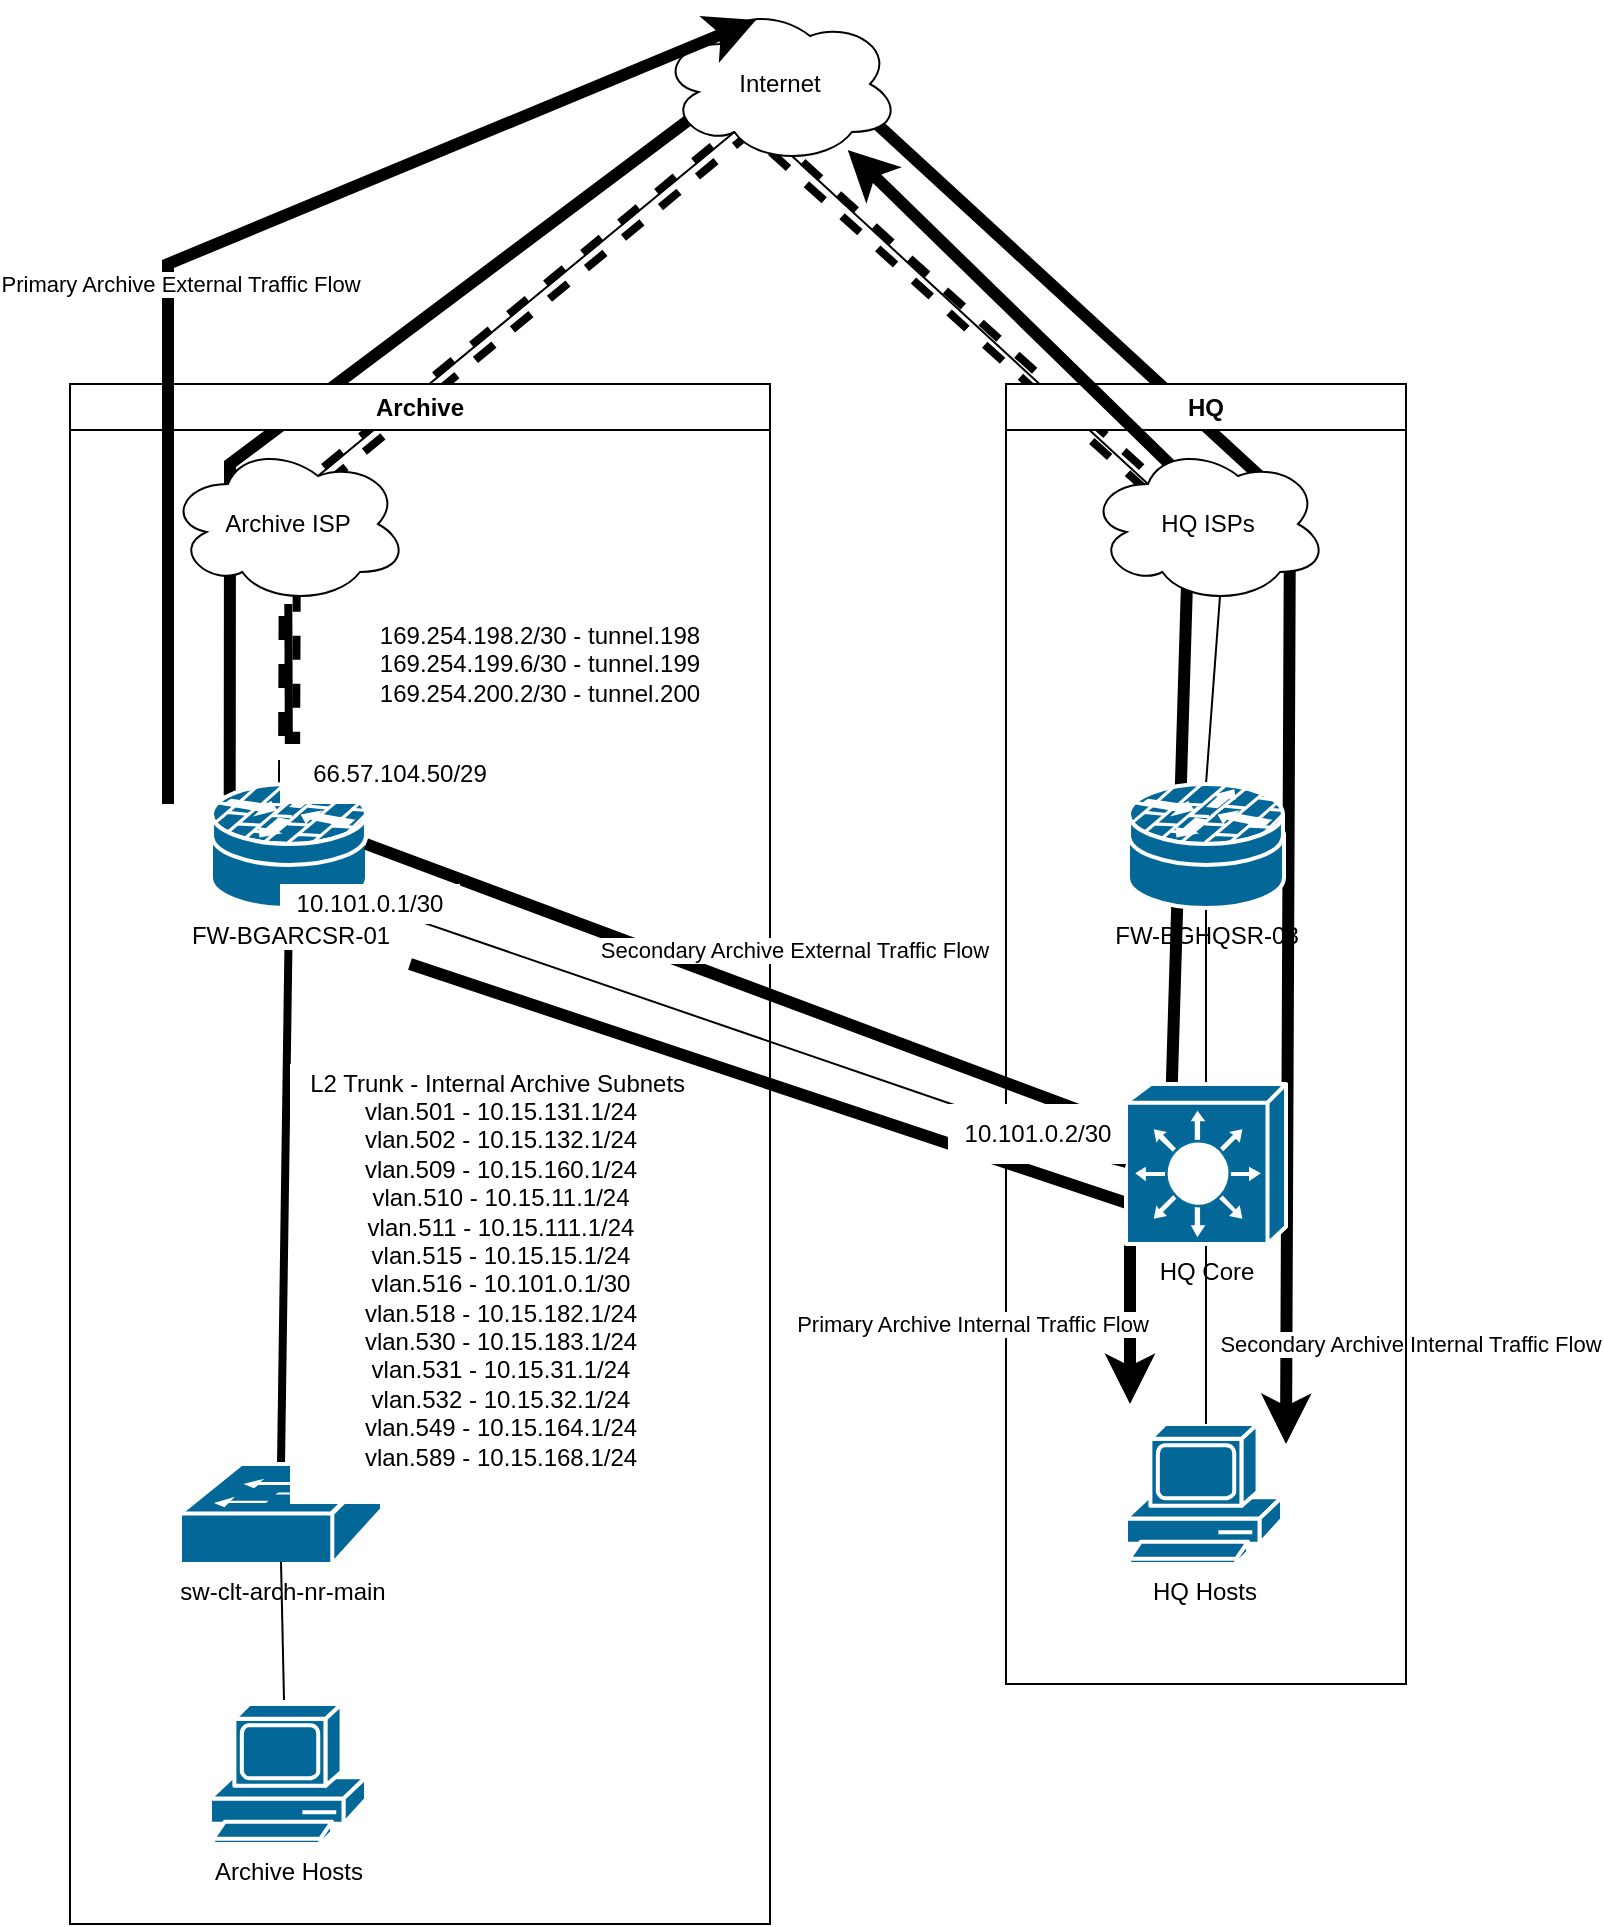
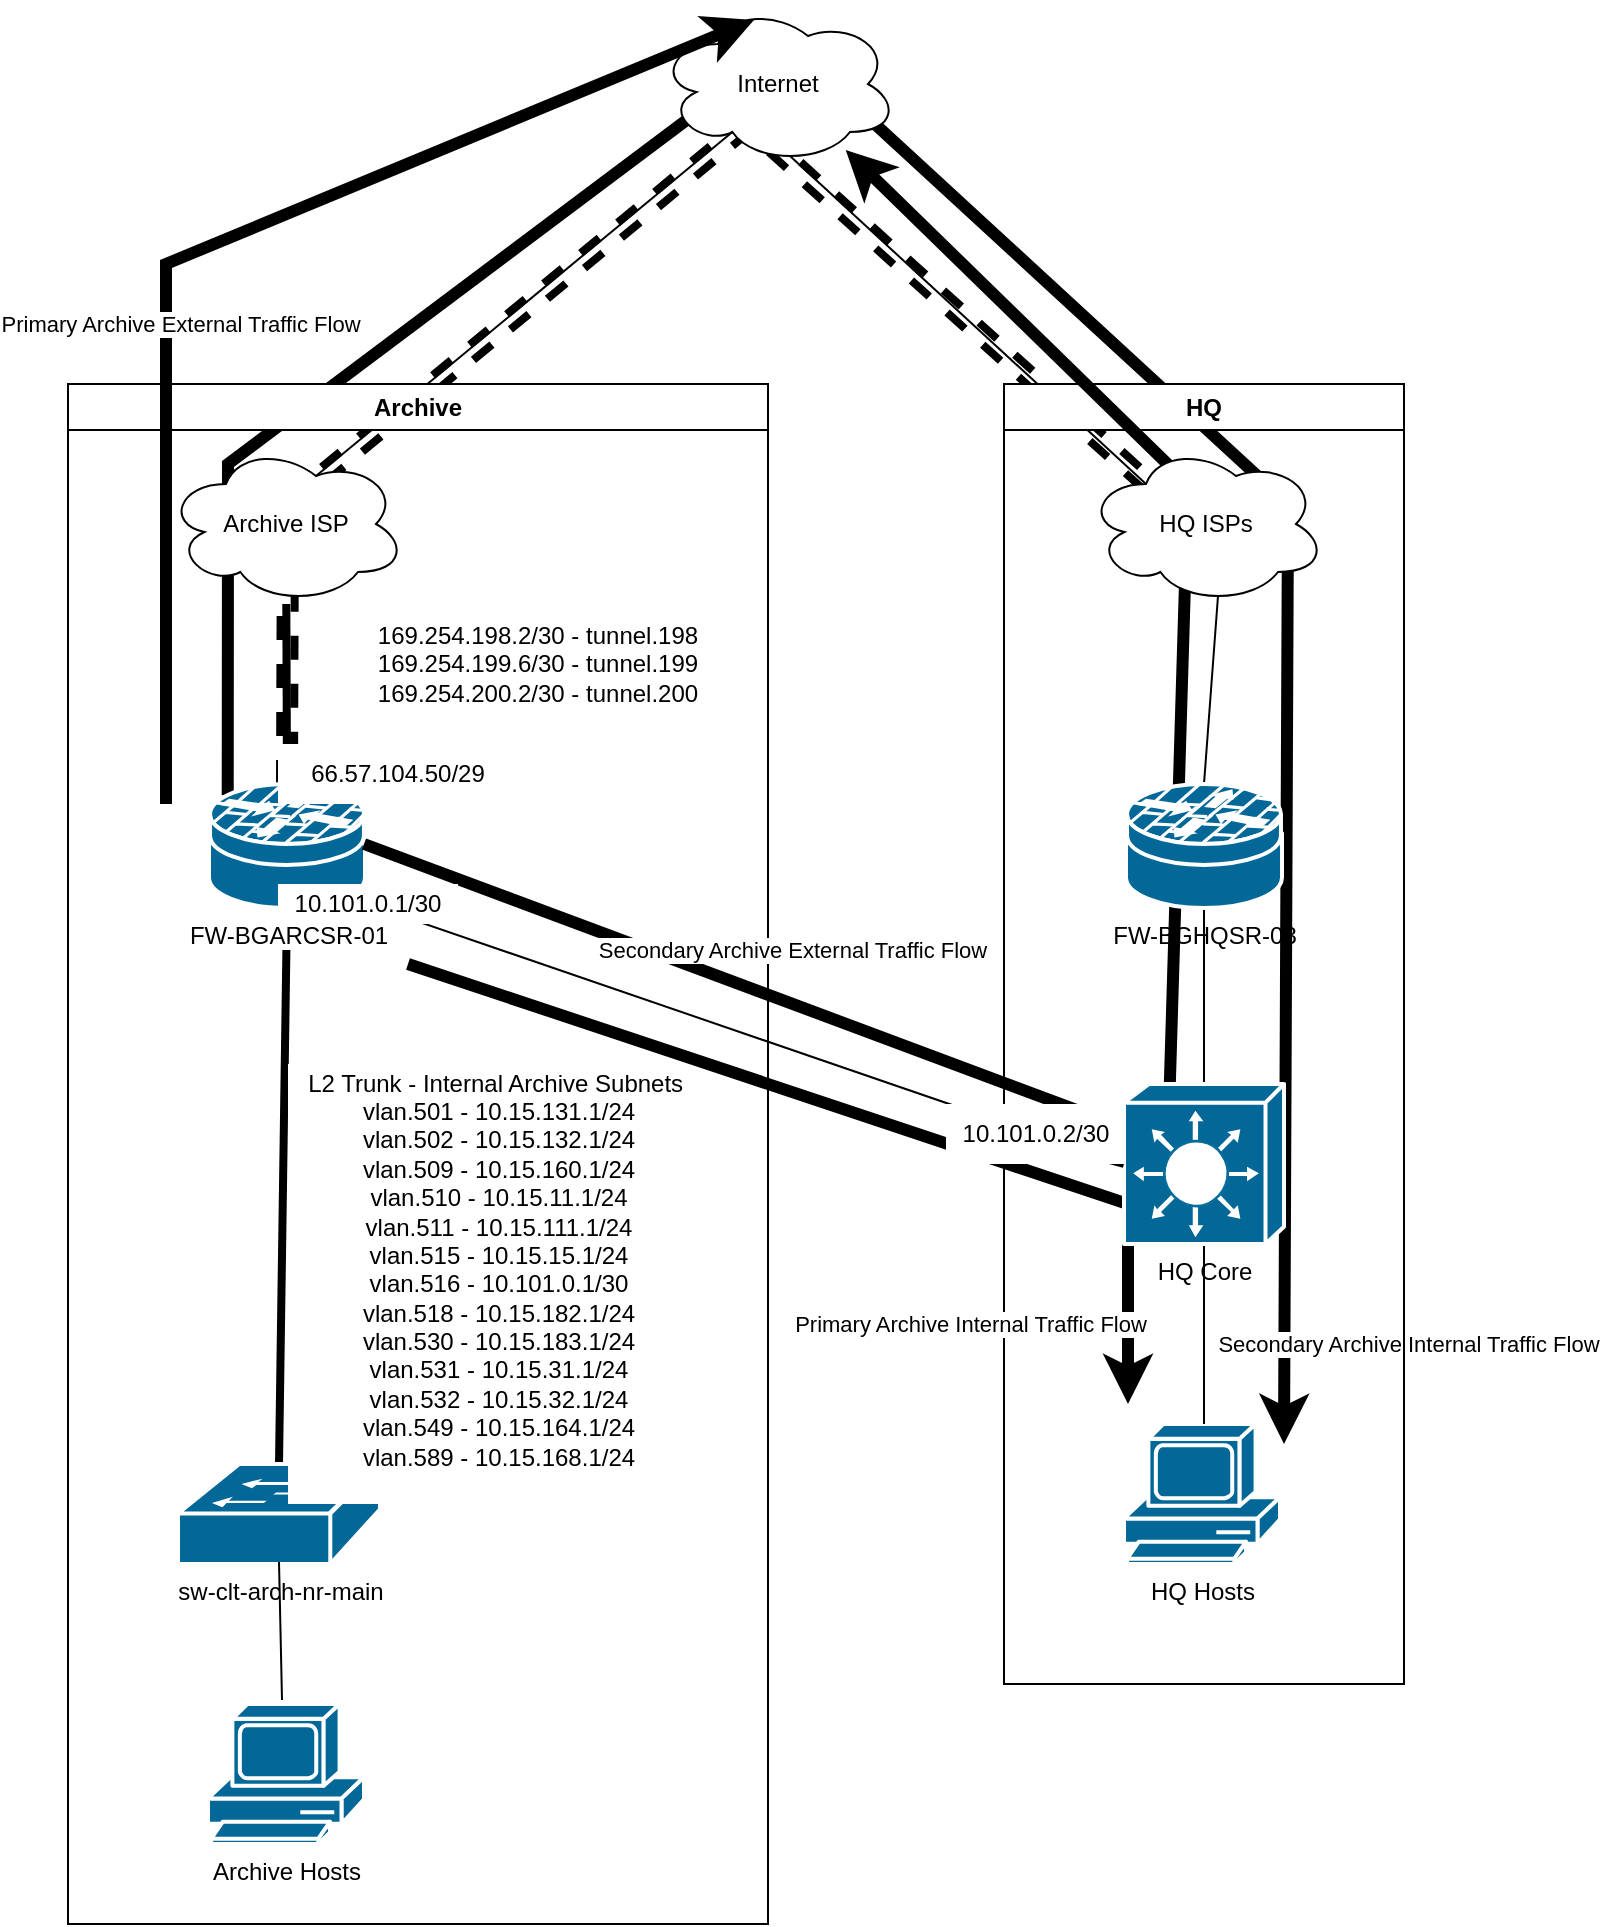
<mxfile host="app.diagrams.net" pages="2">
  <diagram name="As-is" id="3v8Hhh0iNj7eJBUqvCCh">
-     <mxGraphModel dx="1556" dy="810" grid="1" gridSize="10" guides="1" tooltips="1" connect="1" arrows="1" fold="1" page="1" pageScale="1" pageWidth="850" pageHeight="1100" math="0" shadow="0">
+     <mxGraphModel dx="1867" dy="972" grid="1" gridSize="10" guides="1" tooltips="1" connect="1" arrows="1" fold="1" page="1" pageScale="1" pageWidth="850" pageHeight="1100" math="0" shadow="0">
      <root>
        <mxCell id="0" />
        <mxCell id="1" parent="0" />
        <mxCell id="VIvlA7C_3LFnily3UBdu-6" edge="1" parent="1" source="oA2cxR7Eq6LekVjzL2tZ-1" style="endArrow=classic;html=1;rounded=0;strokeColor=light-dark(#000000,#00FF00);strokeWidth=6;exitX=0.12;exitY=0.09;exitDx=0;exitDy=0;exitPerimeter=0;" value="">
          <mxGeometry height="50" relative="1" width="50" as="geometry">
            <Array as="points">
              <mxPoint x="150" y="280" />
              <mxPoint x="430" y="70" />
              <mxPoint x="680" y="300" />
            </Array>
            <mxPoint x="960" y="510" as="sourcePoint" />
            <mxPoint x="678" y="770" as="targetPoint" />
          </mxGeometry>
        </mxCell>
        <mxCell id="VIvlA7C_3LFnily3UBdu-10" connectable="0" parent="VIvlA7C_3LFnily3UBdu-6" style="edgeLabel;html=1;align=center;verticalAlign=middle;resizable=0;points=[];" value="Secondary Archive Internal Traffic Flow" vertex="1">
          <mxGeometry relative="1" x="0.4433" y="3" as="geometry">
            <mxPoint x="57" y="319" as="offset" />
          </mxGeometry>
        </mxCell>
        <mxCell id="VIvlA7C_3LFnily3UBdu-4" edge="1" parent="1" source="oA2cxR7Eq6LekVjzL2tZ-4" style="endArrow=none;html=1;rounded=0;entryX=0.55;entryY=0.95;entryDx=0;entryDy=0;entryPerimeter=0;exitX=0.25;exitY=0.25;exitDx=0;exitDy=0;exitPerimeter=0;" target="VIvlA7C_3LFnily3UBdu-2" value="">
          <mxGeometry height="50" relative="1" width="50" as="geometry">
            <mxPoint x="420" y="388.5" as="sourcePoint" />
            <mxPoint x="420" y="220.5" as="targetPoint" />
          </mxGeometry>
        </mxCell>
        <mxCell id="oA2cxR7Eq6LekVjzL2tZ-27" edge="1" parent="1" source="oA2cxR7Eq6LekVjzL2tZ-1" style="endArrow=none;html=1;rounded=0;exitX=0.5;exitY=0;exitDx=0;exitDy=0;exitPerimeter=0;strokeWidth=4;shape=link;strokeColor=light-dark(#000000,#FF0000);dashed=1;" value="">
          <mxGeometry height="50" relative="1" width="50" as="geometry">
            <Array as="points">
              <mxPoint x="180" y="300" />
              <mxPoint x="410" y="110" />
              <mxPoint x="610" y="290" />
            </Array>
            <mxPoint x="430" y="678.5" as="sourcePoint" />
            <mxPoint x="610" y="290" as="targetPoint" />
          </mxGeometry>
        </mxCell>
        <mxCell id="oA2cxR7Eq6LekVjzL2tZ-8" edge="1" parent="1" source="oA2cxR7Eq6LekVjzL2tZ-1" style="endArrow=none;html=1;rounded=0;exitX=0.5;exitY=0;exitDx=0;exitDy=0;exitPerimeter=0;strokeWidth=4;" target="oA2cxR7Eq6LekVjzL2tZ-5" value="">
          <mxGeometry height="50" relative="1" width="50" as="geometry">
            <mxPoint x="430" y="568.5" as="sourcePoint" />
            <mxPoint x="430" y="400.5" as="targetPoint" />
          </mxGeometry>
        </mxCell>
        <mxCell id="oA2cxR7Eq6LekVjzL2tZ-9" edge="1" parent="1" source="oA2cxR7Eq6LekVjzL2tZ-7" style="endArrow=none;html=1;rounded=0;entryX=0.5;entryY=1;entryDx=0;entryDy=0;entryPerimeter=0;exitX=0.5;exitY=0;exitDx=0;exitDy=0;exitPerimeter=0;strokeWidth=4;" target="oA2cxR7Eq6LekVjzL2tZ-1" value="">
          <mxGeometry height="50" relative="1" width="50" as="geometry">
            <mxPoint x="430" y="568.5" as="sourcePoint" />
            <mxPoint x="430" y="400.5" as="targetPoint" />
          </mxGeometry>
        </mxCell>
        <mxCell id="oA2cxR7Eq6LekVjzL2tZ-13" edge="1" parent="1" source="oA2cxR7Eq6LekVjzL2tZ-3" style="endArrow=none;html=1;rounded=0;entryX=0.88;entryY=0.91;entryDx=0;entryDy=0;entryPerimeter=0;exitX=0;exitY=0.5;exitDx=0;exitDy=0;exitPerimeter=0;strokeWidth=1;" target="oA2cxR7Eq6LekVjzL2tZ-1" value="">
          <mxGeometry height="50" relative="1" width="50" as="geometry">
            <mxPoint x="430" y="668.5" as="sourcePoint" />
            <mxPoint x="430" y="500.5" as="targetPoint" />
          </mxGeometry>
        </mxCell>
        <mxCell id="oA2cxR7Eq6LekVjzL2tZ-15" parent="1" style="swimlane;whiteSpace=wrap;html=1;" value="HQ" vertex="1">
          <mxGeometry height="650" width="200" x="538" y="240" as="geometry" />
        </mxCell>
        <mxCell id="oA2cxR7Eq6LekVjzL2tZ-19" parent="oA2cxR7Eq6LekVjzL2tZ-15" style="shape=mxgraph.cisco.computers_and_peripherals.pc;html=1;pointerEvents=1;dashed=0;fillColor=#036897;strokeColor=#ffffff;strokeWidth=2;verticalLabelPosition=bottom;verticalAlign=top;align=center;outlineConnect=0;" value="HQ Hosts" vertex="1">
          <mxGeometry height="70" width="78" x="60" y="520" as="geometry" />
        </mxCell>
        <mxCell id="oA2cxR7Eq6LekVjzL2tZ-16" edge="1" parent="1" source="oA2cxR7Eq6LekVjzL2tZ-2" style="endArrow=none;html=1;rounded=0;entryX=0.55;entryY=0.95;entryDx=0;entryDy=0;entryPerimeter=0;exitX=0.5;exitY=0;exitDx=0;exitDy=0;exitPerimeter=0;" target="oA2cxR7Eq6LekVjzL2tZ-4" value="">
          <mxGeometry height="50" relative="1" width="50" as="geometry">
            <mxPoint x="430" y="478.5" as="sourcePoint" />
            <mxPoint x="430" y="310.5" as="targetPoint" />
          </mxGeometry>
        </mxCell>
        <mxCell id="oA2cxR7Eq6LekVjzL2tZ-17" edge="1" parent="1" source="oA2cxR7Eq6LekVjzL2tZ-3" style="endArrow=none;html=1;rounded=0;entryX=0.5;entryY=1;entryDx=0;entryDy=0;entryPerimeter=0;exitX=0.5;exitY=0;exitDx=0;exitDy=0;exitPerimeter=0;" target="oA2cxR7Eq6LekVjzL2tZ-2" value="">
          <mxGeometry height="50" relative="1" width="50" as="geometry">
            <mxPoint x="400" y="520" as="sourcePoint" />
            <mxPoint x="450" y="470" as="targetPoint" />
          </mxGeometry>
        </mxCell>
        <mxCell id="oA2cxR7Eq6LekVjzL2tZ-18" edge="1" parent="1" source="oA2cxR7Eq6LekVjzL2tZ-3" style="endArrow=none;html=1;rounded=0;exitX=0.5;exitY=1;exitDx=0;exitDy=0;exitPerimeter=0;" value="">
          <mxGeometry height="50" relative="1" width="50" as="geometry">
            <mxPoint x="430" y="678.5" as="sourcePoint" />
            <mxPoint x="638" y="760" as="targetPoint" />
          </mxGeometry>
        </mxCell>
        <mxCell id="oA2cxR7Eq6LekVjzL2tZ-1" parent="1" style="shape=mxgraph.cisco.security.router_firewall;sketch=0;html=1;pointerEvents=1;dashed=0;fillColor=#036897;strokeColor=#ffffff;strokeWidth=2;verticalLabelPosition=bottom;verticalAlign=top;align=center;outlineConnect=0;" value="&lt;span style=&quot;background-color: light-dark(#ffffff, var(--ge-dark-color, #121212));&quot;&gt;FW-BGARCSR-01&lt;/span&gt;" vertex="1">
          <mxGeometry height="62" width="78" x="140.50000000000006" y="440" as="geometry" />
        </mxCell>
        <mxCell id="VIvlA7C_3LFnily3UBdu-2" parent="1" style="ellipse;shape=cloud;whiteSpace=wrap;html=1;" value="Internet" vertex="1">
          <mxGeometry height="80" width="120" x="365" y="50" as="geometry" />
        </mxCell>
        <mxCell id="VIvlA7C_3LFnily3UBdu-3" edge="1" parent="1" source="oA2cxR7Eq6LekVjzL2tZ-5" style="endArrow=none;html=1;rounded=0;entryX=0.31;entryY=0.8;entryDx=0;entryDy=0;entryPerimeter=0;exitX=0.625;exitY=0.2;exitDx=0;exitDy=0;exitPerimeter=0;" target="VIvlA7C_3LFnily3UBdu-2" value="">
          <mxGeometry height="50" relative="1" width="50" as="geometry">
            <mxPoint x="400" y="330" as="sourcePoint" />
            <mxPoint x="450" y="280" as="targetPoint" />
          </mxGeometry>
        </mxCell>
        <mxCell id="oA2cxR7Eq6LekVjzL2tZ-5" parent="1" style="ellipse;shape=cloud;whiteSpace=wrap;html=1;" value="Archive ISP" vertex="1">
          <mxGeometry height="80" width="120" x="119" y="270" as="geometry" />
        </mxCell>
        <mxCell id="oA2cxR7Eq6LekVjzL2tZ-14" parent="1" style="swimlane;whiteSpace=wrap;html=1;labelBackgroundColor=default;" value="Archive" vertex="1">
          <mxGeometry height="770" width="350" x="70" y="240" as="geometry" />
        </mxCell>
        <mxCell id="oA2cxR7Eq6LekVjzL2tZ-22" edge="1" parent="oA2cxR7Eq6LekVjzL2tZ-14" style="endArrow=classic;html=1;rounded=0;strokeColor=light-dark(#000000,#FFFF00);strokeWidth=6;" target="VIvlA7C_3LFnily3UBdu-2" value="">
          <mxGeometry height="50" relative="1" width="50" as="geometry">
            <Array as="points">
              <mxPoint x="550" y="380" />
              <mxPoint x="560" y="50" />
            </Array>
            <mxPoint x="148" y="230" as="sourcePoint" />
            <mxPoint x="400" y="-100" as="targetPoint" />
          </mxGeometry>
        </mxCell>
        <mxCell id="oA2cxR7Eq6LekVjzL2tZ-23" connectable="0" parent="oA2cxR7Eq6LekVjzL2tZ-22" style="edgeLabel;html=1;align=center;verticalAlign=middle;resizable=0;points=[];" value="Secondary Archive External Traffic Flow" vertex="1">
          <mxGeometry relative="1" x="0.5333" y="-1" as="geometry">
            <mxPoint x="-194" y="238" as="offset" />
          </mxGeometry>
        </mxCell>
        <mxCell id="oA2cxR7Eq6LekVjzL2tZ-7" parent="oA2cxR7Eq6LekVjzL2tZ-14" style="shape=mxgraph.cisco.switches.workgroup_switch;sketch=0;html=1;pointerEvents=1;dashed=0;fillColor=#036897;strokeColor=#ffffff;strokeWidth=2;verticalLabelPosition=bottom;verticalAlign=top;align=center;outlineConnect=0;" value="sw-clt-arch-nr-main" vertex="1">
          <mxGeometry height="50" width="101" x="55.00000000000006" y="540" as="geometry" />
        </mxCell>
        <mxCell id="oA2cxR7Eq6LekVjzL2tZ-26" parent="oA2cxR7Eq6LekVjzL2tZ-14" style="text;html=1;whiteSpace=wrap;strokeColor=none;fillColor=default;align=center;verticalAlign=middle;rounded=0;" value="L2 Trunk - Internal Archive Subnets&amp;nbsp;&lt;div&gt;vlan.501 - 10.15.131.1/24&lt;/div&gt;&lt;div&gt;vlan.502 - 10.15.132.1/24&lt;/div&gt;&lt;div&gt;vlan.509 - 10.15.160.1/24&lt;/div&gt;&lt;div&gt;vlan.510 - 10.15.11.1/24&lt;/div&gt;&lt;div&gt;vlan.511 - 10.15.111.1/24&lt;/div&gt;&lt;div&gt;vlan.515 - 10.15.15.1/24&lt;/div&gt;&lt;div&gt;vlan.516 - 10.101.0.1/30&lt;/div&gt;&lt;div&gt;vlan.518 - 10.15.182.1/24&lt;/div&gt;&lt;div&gt;vlan.530 - 10.15.183.1/24&lt;/div&gt;&lt;div&gt;vlan.531 - 10.15.31.1/24&lt;/div&gt;&lt;div&gt;vlan.532 - 10.15.32.1/24&lt;/div&gt;&lt;div&gt;vlan.549 - 10.15.164.1/24&lt;/div&gt;&lt;div&gt;vlan.589 - 10.15.168.1/24&lt;/div&gt;&lt;div&gt;&lt;br&gt;&lt;/div&gt;" vertex="1">
          <mxGeometry height="220" width="211" x="110" y="340" as="geometry" />
        </mxCell>
        <mxCell id="oA2cxR7Eq6LekVjzL2tZ-29" parent="oA2cxR7Eq6LekVjzL2tZ-14" style="text;html=1;whiteSpace=wrap;strokeColor=none;fillColor=none;align=center;verticalAlign=middle;rounded=0;" value="169.254.198.2/30 - tunnel.198&lt;div&gt;169.254.199.6/30 - tunnel.199&lt;/div&gt;&lt;div&gt;169.254.200.2/30 - tunnel.200&lt;/div&gt;" vertex="1">
          <mxGeometry height="60" width="210" x="130" y="110" as="geometry" />
        </mxCell>
        <mxCell id="oA2cxR7Eq6LekVjzL2tZ-11" edge="1" parent="oA2cxR7Eq6LekVjzL2tZ-14" style="endArrow=none;html=1;rounded=0;exitX=0.4;exitY=0.1;exitDx=0;exitDy=0;exitPerimeter=0;entryX=0.5;entryY=0.98;entryDx=0;entryDy=0;entryPerimeter=0;" target="oA2cxR7Eq6LekVjzL2tZ-7" value="">
          <mxGeometry height="50" relative="1" width="50" as="geometry">
            <mxPoint x="107" y="658" as="sourcePoint" />
            <mxPoint x="380" y="460" as="targetPoint" />
          </mxGeometry>
        </mxCell>
        <mxCell id="oA2cxR7Eq6LekVjzL2tZ-12" parent="oA2cxR7Eq6LekVjzL2tZ-14" style="shape=mxgraph.cisco.computers_and_peripherals.pc;html=1;pointerEvents=1;dashed=0;fillColor=#036897;strokeColor=#ffffff;strokeWidth=2;verticalLabelPosition=bottom;verticalAlign=top;align=center;outlineConnect=0;" value="Archive Hosts&lt;div&gt;&lt;br&gt;&lt;/div&gt;" vertex="1">
          <mxGeometry height="70" width="78" x="70" y="660" as="geometry" />
        </mxCell>
        <mxCell id="oA2cxR7Eq6LekVjzL2tZ-38" edge="1" parent="oA2cxR7Eq6LekVjzL2tZ-14" style="endArrow=classic;html=1;rounded=0;strokeColor=light-dark(#000000,#66B2FF);strokeWidth=6;" value="">
          <mxGeometry height="50" relative="1" width="50" as="geometry">
            <Array as="points">
              <mxPoint x="530" y="410" />
            </Array>
            <mxPoint x="170" y="290" as="sourcePoint" />
            <mxPoint x="530" y="510" as="targetPoint" />
          </mxGeometry>
        </mxCell>
        <mxCell id="VIvlA7C_3LFnily3UBdu-7" connectable="0" parent="oA2cxR7Eq6LekVjzL2tZ-38" style="edgeLabel;html=1;align=center;verticalAlign=middle;resizable=0;points=[];" value="Primary Archive Internal Traffic Flow" vertex="1">
          <mxGeometry relative="1" x="-0.0388" as="geometry">
            <mxPoint x="62" y="107" as="offset" />
          </mxGeometry>
        </mxCell>
        <mxCell id="oA2cxR7Eq6LekVjzL2tZ-33" parent="oA2cxR7Eq6LekVjzL2tZ-14" style="text;html=1;whiteSpace=wrap;strokeColor=none;fillColor=default;align=center;verticalAlign=middle;rounded=0;" value="10.101.0.1/30" vertex="1">
          <mxGeometry height="20" width="90" x="105" y="250" as="geometry" />
        </mxCell>
        <mxCell id="oA2cxR7Eq6LekVjzL2tZ-32" parent="oA2cxR7Eq6LekVjzL2tZ-14" style="text;html=1;align=center;verticalAlign=middle;whiteSpace=wrap;rounded=0;labelBackgroundColor=default;fillColor=default;" value="66.57.104.50/29" vertex="1">
          <mxGeometry height="30" width="120" x="105" y="180" as="geometry" />
        </mxCell>
        <mxCell id="oA2cxR7Eq6LekVjzL2tZ-20" edge="1" parent="1" style="endArrow=classic;html=1;rounded=0;strokeColor=light-dark(#000000,#FF8000);strokeWidth=6;entryX=0.4;entryY=0.1;entryDx=0;entryDy=0;entryPerimeter=0;" target="VIvlA7C_3LFnily3UBdu-2" value="">
          <mxGeometry height="50" relative="1" width="50" as="geometry">
            <Array as="points">
              <mxPoint x="119" y="180" />
            </Array>
            <mxPoint x="119" y="450" as="sourcePoint" />
            <mxPoint x="119" y="110" as="targetPoint" />
          </mxGeometry>
        </mxCell>
        <mxCell id="oA2cxR7Eq6LekVjzL2tZ-21" connectable="0" parent="oA2cxR7Eq6LekVjzL2tZ-20" style="edgeLabel;html=1;align=center;verticalAlign=middle;resizable=0;points=[];" value="Primary Archive External Traffic Flow" vertex="1">
          <mxGeometry relative="1" x="0.5333" y="-1" as="geometry">
-             <mxPoint x="-162" y="78" as="offset" />
+             <mxPoint x="-161" y="98" as="offset" />
          </mxGeometry>
        </mxCell>
        <mxCell id="oA2cxR7Eq6LekVjzL2tZ-4" parent="1" style="ellipse;shape=cloud;whiteSpace=wrap;html=1;" value="HQ ISPs" vertex="1">
          <mxGeometry height="80" width="120" x="579" y="270" as="geometry" />
        </mxCell>
        <mxCell id="oA2cxR7Eq6LekVjzL2tZ-2" parent="1" style="shape=mxgraph.cisco.security.router_firewall;sketch=0;html=1;pointerEvents=1;dashed=0;fillColor=#036897;strokeColor=#ffffff;strokeWidth=2;verticalLabelPosition=bottom;verticalAlign=top;align=center;outlineConnect=0;" value="FW-BGHQSR-03" vertex="1">
          <mxGeometry height="62" width="78" x="599" y="440" as="geometry" />
        </mxCell>
        <mxCell id="oA2cxR7Eq6LekVjzL2tZ-3" parent="1" style="shape=mxgraph.cisco.switches.layer_3_switch;sketch=0;html=1;pointerEvents=1;dashed=0;fillColor=#036897;strokeColor=#ffffff;strokeWidth=2;verticalLabelPosition=bottom;verticalAlign=top;align=center;outlineConnect=0;" value="HQ Core" vertex="1">
          <mxGeometry height="80" width="80" x="598" y="590" as="geometry" />
        </mxCell>
        <mxCell id="VIvlA7C_3LFnily3UBdu-13" edge="1" parent="1" source="oA2cxR7Eq6LekVjzL2tZ-3" style="endArrow=none;html=1;rounded=0;entryX=0.88;entryY=0.91;entryDx=0;entryDy=0;entryPerimeter=0;exitX=0;exitY=0.5;exitDx=0;exitDy=0;exitPerimeter=0;strokeWidth=4;" target="VIvlA7C_3LFnily3UBdu-11" value="">
          <mxGeometry height="50" relative="1" width="50" as="geometry">
            <mxPoint x="598" y="630" as="sourcePoint" />
            <mxPoint x="209" y="496" as="targetPoint" />
          </mxGeometry>
        </mxCell>
        <mxCell id="VIvlA7C_3LFnily3UBdu-11" parent="1" style="text;html=1;whiteSpace=wrap;strokeColor=none;fillColor=default;align=center;verticalAlign=middle;rounded=0;" value="10.101.0.2/30" vertex="1">
          <mxGeometry height="30" width="90" x="509" y="600" as="geometry" />
        </mxCell>
      </root>
    </mxGraphModel>
  </diagram>
  <diagram name="Delta" id="o77gnTMzp54v4T_xWGKQ">
    <mxGraphModel dx="1867" dy="972" grid="1" gridSize="10" guides="1" tooltips="1" connect="1" arrows="1" fold="1" page="1" pageScale="1" pageWidth="850" pageHeight="1100" math="0" shadow="0">
      <root>
        <mxCell id="FG_twkiu52An8J0EIR9x-0" />
        <mxCell id="FG_twkiu52An8J0EIR9x-1" parent="FG_twkiu52An8J0EIR9x-0" />
        <mxCell id="FG_twkiu52An8J0EIR9x-8" edge="1" parent="FG_twkiu52An8J0EIR9x-1" source="FG_twkiu52An8J0EIR9x-34" style="endArrow=none;html=1;rounded=0;entryX=0.88;entryY=0.91;entryDx=0;entryDy=0;entryPerimeter=0;exitX=0;exitY=0.5;exitDx=0;exitDy=0;exitPerimeter=0;strokeWidth=1;" value="">
          <mxGeometry height="50" relative="1" width="50" as="geometry">
            <mxPoint x="430" y="668.5" as="sourcePoint" />
            <mxPoint x="209.13999999999987" y="496.4200000000001" as="targetPoint" />
          </mxGeometry>
        </mxCell>
        <mxCell id="FG_twkiu52An8J0EIR9x-9" parent="FG_twkiu52An8J0EIR9x-1" style="swimlane;whiteSpace=wrap;html=1;" value="HQ" vertex="1">
          <mxGeometry height="650" width="312" x="538" y="240" as="geometry" />
        </mxCell>
        <mxCell id="FG_twkiu52An8J0EIR9x-10" parent="FG_twkiu52An8J0EIR9x-9" style="shape=mxgraph.cisco.computers_and_peripherals.pc;html=1;pointerEvents=1;dashed=0;fillColor=#036897;strokeColor=#ffffff;strokeWidth=2;verticalLabelPosition=bottom;verticalAlign=top;align=center;outlineConnect=0;" value="HQ Hosts" vertex="1">
          <mxGeometry height="70" width="78" x="60" y="520" as="geometry" />
        </mxCell>
        <mxCell id="FG_twkiu52An8J0EIR9x-11" edge="1" parent="FG_twkiu52An8J0EIR9x-1" source="FG_twkiu52An8J0EIR9x-33" style="endArrow=none;html=1;rounded=0;entryX=0.55;entryY=0.95;entryDx=0;entryDy=0;entryPerimeter=0;exitX=0.5;exitY=0;exitDx=0;exitDy=0;exitPerimeter=0;" target="FG_twkiu52An8J0EIR9x-32" value="">
          <mxGeometry height="50" relative="1" width="50" as="geometry">
            <mxPoint x="430" y="478.5" as="sourcePoint" />
            <mxPoint x="430" y="310.5" as="targetPoint" />
          </mxGeometry>
        </mxCell>
        <mxCell id="FG_twkiu52An8J0EIR9x-12" edge="1" parent="FG_twkiu52An8J0EIR9x-1" source="FG_twkiu52An8J0EIR9x-34" style="endArrow=none;html=1;rounded=0;entryX=0.5;entryY=1;entryDx=0;entryDy=0;entryPerimeter=0;exitX=0.5;exitY=0;exitDx=0;exitDy=0;exitPerimeter=0;" target="FG_twkiu52An8J0EIR9x-33" value="">
          <mxGeometry height="50" relative="1" width="50" as="geometry">
            <mxPoint x="400" y="520" as="sourcePoint" />
            <mxPoint x="450" y="470" as="targetPoint" />
          </mxGeometry>
        </mxCell>
        <mxCell id="FG_twkiu52An8J0EIR9x-13" edge="1" parent="FG_twkiu52An8J0EIR9x-1" source="FG_twkiu52An8J0EIR9x-34" style="endArrow=none;html=1;rounded=0;exitX=0.5;exitY=1;exitDx=0;exitDy=0;exitPerimeter=0;" value="">
          <mxGeometry height="50" relative="1" width="50" as="geometry">
            <mxPoint x="430" y="678.5" as="sourcePoint" />
            <mxPoint x="638" y="760" as="targetPoint" />
          </mxGeometry>
        </mxCell>
        <mxCell id="FG_twkiu52An8J0EIR9x-18" parent="FG_twkiu52An8J0EIR9x-1" style="swimlane;whiteSpace=wrap;html=1;labelBackgroundColor=default;" value="Archive" vertex="1">
          <mxGeometry height="770" width="350" x="70" y="240" as="geometry" />
        </mxCell>
        <mxCell id="FG_twkiu52An8J0EIR9x-19" edge="1" parent="FG_twkiu52An8J0EIR9x-18" style="endArrow=classic;html=1;rounded=0;strokeColor=light-dark(#000000,#FFFF00);strokeWidth=6;" value="">
          <mxGeometry height="50" relative="1" width="50" as="geometry">
            <Array as="points">
              <mxPoint x="550" y="380" />
              <mxPoint x="560" y="50" />
            </Array>
            <mxPoint x="148" y="230" as="sourcePoint" />
            <mxPoint x="388.7386012844222" y="-116.92293991723295" as="targetPoint" />
          </mxGeometry>
        </mxCell>
        <mxCell id="FG_twkiu52An8J0EIR9x-20" connectable="0" parent="FG_twkiu52An8J0EIR9x-19" style="edgeLabel;html=1;align=center;verticalAlign=middle;resizable=0;points=[];" value="Primary Archive External Traffic Flow" vertex="1">
          <mxGeometry relative="1" x="0.5333" y="-1" as="geometry">
            <mxPoint x="-296" y="186" as="offset" />
          </mxGeometry>
        </mxCell>
        <mxCell id="FG_twkiu52An8J0EIR9x-21" parent="FG_twkiu52An8J0EIR9x-18" style="shape=mxgraph.cisco.switches.workgroup_switch;sketch=0;html=1;pointerEvents=1;dashed=0;fillColor=#036897;strokeColor=#ffffff;strokeWidth=2;verticalLabelPosition=bottom;verticalAlign=top;align=center;outlineConnect=0;" value="sw-clt-arch-nr-main" vertex="1">
          <mxGeometry height="50" width="101" x="58.50000000000006" y="220" as="geometry" />
        </mxCell>
        <mxCell id="FG_twkiu52An8J0EIR9x-24" edge="1" parent="FG_twkiu52An8J0EIR9x-18" style="endArrow=none;html=1;rounded=0;exitX=0.4;exitY=0.1;exitDx=0;exitDy=0;exitPerimeter=0;entryX=0.5;entryY=0.98;entryDx=0;entryDy=0;entryPerimeter=0;" target="FG_twkiu52An8J0EIR9x-21" value="">
          <mxGeometry height="50" relative="1" width="50" as="geometry">
            <mxPoint x="107" y="658" as="sourcePoint" />
            <mxPoint x="380" y="460" as="targetPoint" />
          </mxGeometry>
        </mxCell>
        <mxCell id="FG_twkiu52An8J0EIR9x-25" parent="FG_twkiu52An8J0EIR9x-18" style="shape=mxgraph.cisco.computers_and_peripherals.pc;html=1;pointerEvents=1;dashed=0;fillColor=#036897;strokeColor=#ffffff;strokeWidth=2;verticalLabelPosition=bottom;verticalAlign=top;align=center;outlineConnect=0;" value="Archive Hosts&lt;div&gt;&lt;br&gt;&lt;/div&gt;" vertex="1">
          <mxGeometry height="70" width="78" x="70" y="660" as="geometry" />
        </mxCell>
        <mxCell id="FG_twkiu52An8J0EIR9x-26" edge="1" parent="FG_twkiu52An8J0EIR9x-18" source="FG_twkiu52An8J0EIR9x-21" style="endArrow=classic;html=1;rounded=0;strokeColor=light-dark(#000000,#66B2FF);strokeWidth=6;exitX=0.5;exitY=0.98;exitDx=0;exitDy=0;exitPerimeter=0;" value="">
          <mxGeometry height="50" relative="1" width="50" as="geometry">
            <Array as="points">
              <mxPoint x="530" y="410" />
            </Array>
            <mxPoint x="170" y="290" as="sourcePoint" />
            <mxPoint x="530" y="510" as="targetPoint" />
          </mxGeometry>
        </mxCell>
        <mxCell id="FG_twkiu52An8J0EIR9x-27" connectable="0" parent="FG_twkiu52An8J0EIR9x-26" style="edgeLabel;html=1;align=center;verticalAlign=middle;resizable=0;points=[];" value="Primary Archive Internal Traffic Flow" vertex="1">
          <mxGeometry relative="1" x="-0.0388" as="geometry">
            <mxPoint x="-182" y="-32" as="offset" />
          </mxGeometry>
        </mxCell>
        <mxCell id="FG_twkiu52An8J0EIR9x-32" parent="FG_twkiu52An8J0EIR9x-1" style="ellipse;shape=cloud;whiteSpace=wrap;html=1;" value="HQ ISPs" vertex="1">
          <mxGeometry height="80" width="120" x="579" y="270" as="geometry" />
        </mxCell>
        <mxCell id="FG_twkiu52An8J0EIR9x-33" parent="FG_twkiu52An8J0EIR9x-1" style="shape=mxgraph.cisco.security.router_firewall;sketch=0;html=1;pointerEvents=1;dashed=0;fillColor=#036897;strokeColor=#ffffff;strokeWidth=2;verticalLabelPosition=bottom;verticalAlign=top;align=center;outlineConnect=0;" value="FW-BGHQSR-03" vertex="1">
          <mxGeometry height="62" width="78" x="599" y="440" as="geometry" />
        </mxCell>
        <mxCell id="FG_twkiu52An8J0EIR9x-34" parent="FG_twkiu52An8J0EIR9x-1" style="shape=mxgraph.cisco.switches.layer_3_switch;sketch=0;html=1;pointerEvents=1;dashed=0;fillColor=#036897;strokeColor=#ffffff;strokeWidth=2;verticalLabelPosition=bottom;verticalAlign=top;align=center;outlineConnect=0;" value="HQ Core" vertex="1">
          <mxGeometry height="80" width="80" x="598" y="590" as="geometry" />
        </mxCell>
        <mxCell id="FG_twkiu52An8J0EIR9x-35" edge="1" parent="FG_twkiu52An8J0EIR9x-1" source="FG_twkiu52An8J0EIR9x-34" style="endArrow=none;html=1;rounded=0;entryX=0.88;entryY=0.91;entryDx=0;entryDy=0;entryPerimeter=0;exitX=0;exitY=0.5;exitDx=0;exitDy=0;exitPerimeter=0;strokeWidth=4;" value="">
          <mxGeometry height="50" relative="1" width="50" as="geometry">
            <mxPoint x="598" y="630" as="sourcePoint" />
            <mxPoint x="588.2000000000003" y="627.3" as="targetPoint" />
          </mxGeometry>
        </mxCell>
        <mxCell id="FtwAE0siNOr7NT111YDF-0" parent="FG_twkiu52An8J0EIR9x-1" style="ellipse;shape=cloud;whiteSpace=wrap;html=1;" value="Internet" vertex="1">
          <mxGeometry height="80" width="120" x="360" y="80" as="geometry" />
        </mxCell>
        <mxCell id="FG_twkiu52An8J0EIR9x-22" parent="FG_twkiu52An8J0EIR9x-1" style="text;html=1;whiteSpace=wrap;strokeColor=none;fillColor=default;align=center;verticalAlign=middle;rounded=0;" value="&lt;div&gt;&lt;br&gt;&lt;/div&gt;&lt;div&gt;&lt;br&gt;&lt;/div&gt;L2 Trunk - Internal Archive Subnets&amp;nbsp;&lt;div&gt;vlan.501 - 10.15.131.1/24&lt;/div&gt;&lt;div&gt;vlan.502 - 10.15.132.1/24&lt;/div&gt;&lt;div&gt;vlan.509 - 10.15.160.1/24&lt;/div&gt;&lt;div&gt;vlan.510 - 10.15.11.1/24&lt;/div&gt;&lt;div&gt;vlan.511 - 10.15.111.1/24&lt;/div&gt;&lt;div&gt;vlan.515 - 10.15.15.1/24&lt;/div&gt;&lt;div&gt;&lt;font style=&quot;color: light-dark(rgb(0, 0, 0), rgb(255, 51, 51));&quot;&gt;&lt;strike&gt;vlan.516 - 10.101.0.1/30&lt;/strike&gt;&lt;/font&gt;&lt;/div&gt;&lt;div&gt;vlan.518 - 10.15.182.1/24&lt;/div&gt;&lt;div&gt;vlan.530 - 10.15.183.1/24&lt;/div&gt;&lt;div&gt;vlan.531 - 10.15.31.1/24&lt;/div&gt;&lt;div&gt;vlan.532 - 10.15.32.1/24&lt;/div&gt;&lt;div&gt;vlan.549 - 10.15.164.1/24&lt;/div&gt;&lt;div&gt;vlan.589 - 10.15.168.1/24&lt;/div&gt;&lt;div&gt;&lt;font style=&quot;color: light-dark(rgb(0, 0, 0), rgb(102, 204, 0));&quot;&gt;Vlan 101&lt;/font&gt;&lt;/div&gt;&lt;div&gt;&lt;font style=&quot;color: light-dark(rgb(0, 0, 0), rgb(102, 204, 0));&quot;&gt;Vlan 102&lt;/font&gt;&lt;/div&gt;&lt;div&gt;&lt;br&gt;&lt;/div&gt;&lt;div&gt;&lt;br&gt;&lt;/div&gt;" vertex="1">
          <mxGeometry height="228" width="211" x="380" y="502" as="geometry" />
        </mxCell>
      </root>
    </mxGraphModel>
  </diagram>
</mxfile>
